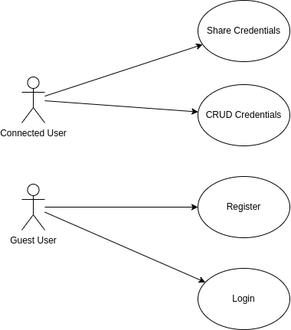
The draw.io diagram src/diagrams/use-case.drawio.png in DO-2K23-26/polypass-archi-technique, before a commit. Source tidied: cells renumbered, new cells last; positions are measured from the earlier drawing's top-left corner, leaving out a move shared by most shapes.
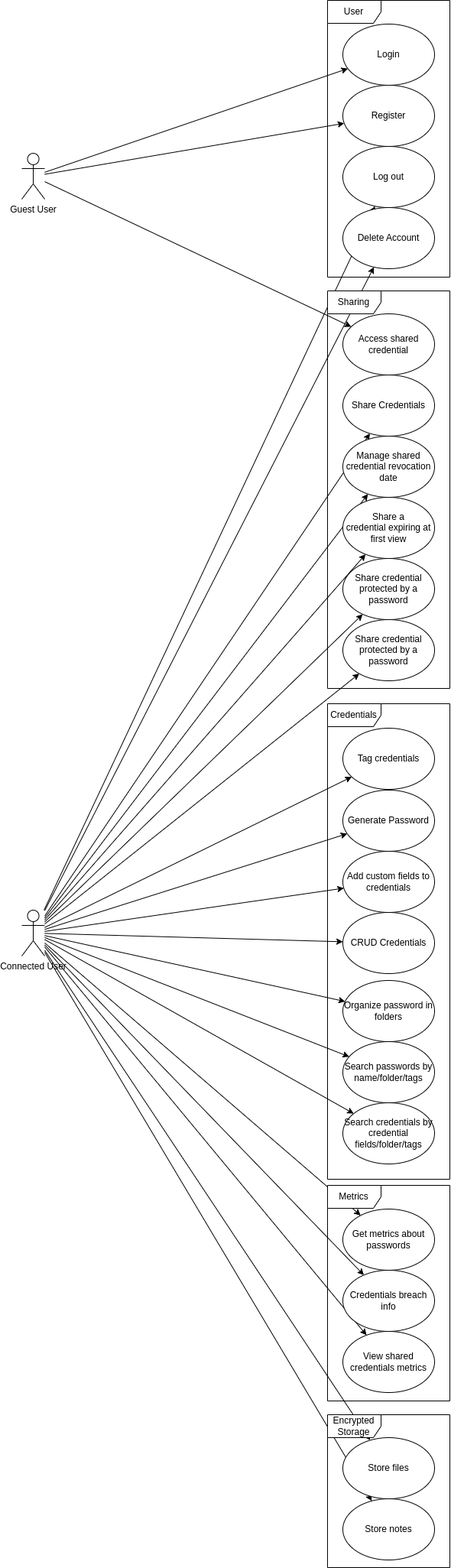
Later version of the same file.

Commit message:
feat(use-case): Refactor documented use-cases and complete use-case diagram

# Conflicts:
#	documentation.adoc

Diff of the diagram source:
```diff
@@ -6,20 +6,8 @@
       <mxGeometry y="100" width="30" height="60" as="geometry" />
     </mxCell>
     <mxCell id="3" value="Guest User" style="shape=umlActor;verticalLabelPosition=bottom;verticalAlign=top;html=1;outlineConnect=0;" parent="1" vertex="1">
-      <mxGeometry y="240" width="30" height="60" as="geometry" />
+      <mxGeometry y="-890" width="30" height="60" as="geometry" />
     </mxCell>
-    <mxCell id="4" value="Share Credentials" style="ellipse;whiteSpace=wrap;html=1;" parent="1" vertex="1">
-      <mxGeometry x="230" width="120" height="80" as="geometry" />
-    </mxCell>
-    <mxCell id="5" value="CRUD Credentials" style="ellipse;whiteSpace=wrap;html=1;" parent="1" vertex="1">
-      <mxGeometry x="230" y="110" width="120" height="80" as="geometry" />
-    </mxCell>
-    <mxCell id="6" value="Register" style="ellipse;whiteSpace=wrap;html=1;" parent="1" vertex="1">
-      <mxGeometry x="230" y="230" width="120" height="80" as="geometry" />
-    </mxCell>
-    <mxCell id="7" value="Login" style="ellipse;whiteSpace=wrap;html=1;" parent="1" vertex="1">
-      <mxGeometry x="230" y="350" width="120" height="80" as="geometry" />
-    </mxCell>
     <mxCell id="8" style="endArrow=classic;html=1;rounded=0;" parent="1" edge="1" source="3" target="6">
       <mxGeometry relative="1" as="geometry" />
     </mxCell>
@@ -32,5 +20,155 @@
     <mxCell id="11" style="endArrow=classic;html=1;rounded=0;" parent="1" edge="1" source="2" target="4">
       <mxGeometry relative="1" as="geometry" />
     </mxCell>
+    <mxCell id="12" style="endArrow=classic;html=1;rounded=0;" parent="1" edge="1" source="2" target="31">
+      <mxGeometry relative="1" as="geometry" />
+    </mxCell>
+    <mxCell id="13" style="endArrow=classic;html=1;rounded=0;" parent="1" edge="1" source="2" target="32">
+      <mxGeometry relative="1" as="geometry" />
+    </mxCell>
+    <mxCell id="14" style="endArrow=classic;html=1;rounded=0;" parent="1" edge="1" source="2" target="37">
+      <mxGeometry relative="1" as="geometry" />
+    </mxCell>
+    <mxCell id="15" style="endArrow=classic;html=1;rounded=0;" parent="1" edge="1" source="2" target="36">
+      <mxGeometry relative="1" as="geometry" />
+    </mxCell>
+    <mxCell id="16" style="endArrow=classic;html=1;rounded=0;" parent="1" edge="1" source="2" target="35">
+      <mxGeometry relative="1" as="geometry" />
+    </mxCell>
+    <mxCell id="17" style="endArrow=classic;html=1;rounded=0;" parent="1" edge="1" source="2" target="43">
+      <mxGeometry relative="1" as="geometry" />
+    </mxCell>
+    <mxCell id="18" style="endArrow=classic;html=1;rounded=0;" parent="1" edge="1" source="2" target="44">
+      <mxGeometry relative="1" as="geometry" />
+    </mxCell>
+    <mxCell id="19" style="endArrow=classic;html=1;rounded=0;" parent="1" edge="1" source="2" target="45">
+      <mxGeometry relative="1" as="geometry" />
+    </mxCell>
+    <mxCell id="20" style="endArrow=classic;html=1;rounded=0;" parent="1" edge="1" source="2" target="46">
+      <mxGeometry relative="1" as="geometry" />
+    </mxCell>
+    <mxCell id="21" style="endArrow=classic;html=1;rounded=0;" parent="1" edge="1" source="3" target="47">
+      <mxGeometry relative="1" as="geometry" />
+    </mxCell>
+    <mxCell id="22" style="endArrow=classic;html=1;rounded=0;" parent="1" edge="1" source="2" target="38">
+      <mxGeometry relative="1" as="geometry" />
+    </mxCell>
+    <mxCell id="23" style="endArrow=classic;html=1;rounded=0;" parent="1" edge="1" source="2" target="39">
+      <mxGeometry relative="1" as="geometry" />
+    </mxCell>
+    <mxCell id="24" style="endArrow=classic;html=1;rounded=0;" parent="1" edge="1" source="2" target="40">
+      <mxGeometry relative="1" as="geometry" />
+    </mxCell>
+    <mxCell id="25" style="endArrow=classic;html=1;rounded=0;" parent="1" edge="1" source="2" target="50">
+      <mxGeometry relative="1" as="geometry" />
+    </mxCell>
+    <mxCell id="26" style="endArrow=classic;html=1;rounded=0;" parent="1" edge="1" source="2" target="51">
+      <mxGeometry relative="1" as="geometry" />
+    </mxCell>
+    <mxCell id="27" style="endArrow=classic;html=1;rounded=0;" parent="1" edge="1" source="2" target="52">
+      <mxGeometry relative="1" as="geometry" />
+    </mxCell>
+    <mxCell id="28" style="endArrow=classic;html=1;rounded=0;" parent="1" edge="1" source="2" target="55">
+      <mxGeometry relative="1" as="geometry" />
+    </mxCell>
+    <mxCell id="29" style="endArrow=classic;html=1;rounded=0;" parent="1" edge="1" source="2" target="56">
+      <mxGeometry relative="1" as="geometry" />
+    </mxCell>
+    <mxCell id="30" style="group;" parent="1" vertex="1">
+      <mxGeometry x="400" y="-1090" width="160" height="362" as="geometry" />
+    </mxCell>
+    <mxCell id="6" value="Register" style="ellipse;whiteSpace=wrap;html=1;" parent="30" vertex="1">
+      <mxGeometry x="20" y="111" width="120" height="80" as="geometry" />
+    </mxCell>
+    <mxCell id="7" value="Login" style="ellipse;whiteSpace=wrap;html=1;" parent="30" vertex="1">
+      <mxGeometry x="20" y="31" width="120" height="80" as="geometry" />
+    </mxCell>
+    <mxCell id="31" value="Log out" style="ellipse;whiteSpace=wrap;html=1;" parent="30" vertex="1">
+      <mxGeometry x="20" y="191" width="120" height="80" as="geometry" />
+    </mxCell>
+    <mxCell id="32" value="Delete Account" style="ellipse;whiteSpace=wrap;html=1;" parent="30" vertex="1">
+      <mxGeometry x="20" y="271" width="120" height="80" as="geometry" />
+    </mxCell>
+    <mxCell id="33" value="User" style="shape=umlFrame;whiteSpace=wrap;html=1;width=70;height=30;" parent="30" vertex="1">
+      <mxGeometry width="160" height="362" as="geometry" />
+    </mxCell>
+    <mxCell id="34" style="group;" parent="1" vertex="1">
+      <mxGeometry x="400" y="-170" width="160" height="622" as="geometry" />
+    </mxCell>
+    <mxCell id="5" value="CRUD Credentials" style="ellipse;whiteSpace=wrap;html=1;" parent="34" vertex="1">
+      <mxGeometry x="20" y="273" width="120" height="80" as="geometry" />
+    </mxCell>
+    <mxCell id="35" value="Tag credentials" style="ellipse;whiteSpace=wrap;html=1;" parent="34" vertex="1">
+      <mxGeometry x="20" y="32" width="120" height="80" as="geometry" />
+    </mxCell>
+    <mxCell id="36" value="Generate Password" style="ellipse;whiteSpace=wrap;html=1;" parent="34" vertex="1">
+      <mxGeometry x="20" y="113" width="120" height="80" as="geometry" />
+    </mxCell>
+    <mxCell id="37" value="Add custom fields to credentials" style="ellipse;whiteSpace=wrap;html=1;" parent="34" vertex="1">
+      <mxGeometry x="20" y="193" width="120" height="80" as="geometry" />
+    </mxCell>
+    <mxCell id="38" value="Organize password in folders" style="ellipse;whiteSpace=wrap;html=1;" parent="34" vertex="1">
+      <mxGeometry x="20" y="362" width="120" height="80" as="geometry" />
+    </mxCell>
+    <mxCell id="39" value="Search passwords by name/folder/tags" style="ellipse;whiteSpace=wrap;html=1;" parent="34" vertex="1">
+      <mxGeometry x="20" y="442" width="120" height="80" as="geometry" />
+    </mxCell>
+    <mxCell id="40" value="Search credentials by credential fields/folder/tags" style="ellipse;whiteSpace=wrap;html=1;" parent="34" vertex="1">
+      <mxGeometry x="20" y="522" width="120" height="80" as="geometry" />
+    </mxCell>
+    <mxCell id="41" value="Credentials" style="shape=umlFrame;whiteSpace=wrap;html=1;width=70;height=30;" parent="34" vertex="1">
+      <mxGeometry width="160" height="622" as="geometry" />
+    </mxCell>
+    <mxCell id="42" style="group;" parent="1" vertex="1">
+      <mxGeometry x="400" y="-710" width="160" height="520" as="geometry" />
+    </mxCell>
+    <mxCell id="4" value="Share Credentials" style="ellipse;whiteSpace=wrap;html=1;" parent="42" vertex="1">
+      <mxGeometry x="20" y="110" width="120" height="80" as="geometry" />
+    </mxCell>
+    <mxCell id="43" value="Manage shared credential revocation date" style="ellipse;whiteSpace=wrap;html=1;" parent="42" vertex="1">
+      <mxGeometry x="20" y="190" width="120" height="80" as="geometry" />
+    </mxCell>
+    <mxCell id="44" value="Share a credential&lt;span style=&quot;color: rgba(0, 0, 0, 0); font-family: monospace; font-size: 0px; text-align: start; text-wrap-mode: nowrap;&quot;&gt;%3CmxGraphModel%3E%3Croot%3E%3CmxCell%20id%3D%220%22%2F%3E%3CmxCell%20id%3D%221%22%20parent%3D%220%22%2F%3E%3CmxCell%20id%3D%222%22%20value%3D%22Share%20a%20password%20expiring%20at%20first%20view%26lt%3Bspan%20style%3D%26quot%3Bcolor%3A%20rgba(0%2C%200%2C%200%2C%200)%3B%20font-family%3A%20monospace%3B%20font-size%3A%200px%3B%20text-align%3A%20start%3B%20text-wrap-mode%3A%20nowrap%3B%26quot%3B%26gt%3B%253CmxGraphModel%253E%253Croot%253E%253CmxCell%2520id%253D%25220%2522%252F%253E%253CmxCell%2520id%253D%25221%2522%2520parent%253D%25220%2522%252F%253E%253CmxCell%2520id%253D%25222%2522%2520value%253D%2522Share%2520credentials%2522%2520style%253D%2522ellipse%253BwhiteSpace%253Dwrap%253Bhtml%253D1%253B%2522%2520vertex%253D%25221%2522%2520parent%253D%25221%2522%253E%253CmxGeometry%2520x%253D%2522380%2522%2520y%253D%2522370%2522%2520width%253D%2522120%2522%2520height%253D%252280%2522%2520as%253D%2522geometry%2522%252F%253E%253C%252FmxCell%253E%253C%252Froot%253E%253C%252FmxGraphModel%253E%26lt%3B%2Fspan%26gt%3B%22%20style%3D%22ellipse%3BwhiteSpace%3Dwrap%3Bhtml%3D1%3B%22%20vertex%3D%221%22%20parent%3D%221%22%3E%3CmxGeometry%20x%3D%22400%22%20y%3D%22390%22%20width%3D%22120%22%20height%3D%2280%22%20as%3D%22geometry%22%2F%3E%3C%2FmxCell%3E%3C%2Froot%3E%3C%2FmxGraphModel%3E&lt;/span&gt;&amp;nbsp;expiring at first view&lt;span style=&quot;color: rgba(0, 0, 0, 0); font-family: monospace; font-size: 0px; text-align: start; text-wrap-mode: nowrap;&quot;&gt;%3CmxGraphModel%3E%3Croot%3E%3CmxCell%20id%3D%220%22%2F%3E%3CmxCell%20id%3D%221%22%20parent%3D%220%22%2F%3E%3CmxCell%20id%3D%222%22%20value%3D%22Share%20credentials%22%20style%3D%22ellipse%3BwhiteSpace%3Dwrap%3Bhtml%3D1%3B%22%20vertex%3D%221%22%20parent%3D%221%22%3E%3CmxGeometry%20x%3D%22380%22%20y%3D%22370%22%20width%3D%22120%22%20height%3D%2280%22%20as%3D%22geometry%22%2F%3E%3C%2FmxCell%3E%3C%2Froot%3E%3C%2FmxGraphModel%3E&lt;/span&gt;" style="ellipse;whiteSpace=wrap;html=1;" parent="42" vertex="1">
+      <mxGeometry x="20" y="270" width="120" height="80" as="geometry" />
+    </mxCell>
+    <mxCell id="45" value="Share credential protected by a password" style="ellipse;whiteSpace=wrap;html=1;" parent="42" vertex="1">
+      <mxGeometry x="20" y="350" width="120" height="80" as="geometry" />
+    </mxCell>
+    <mxCell id="46" value="Share credential protected by a password" style="ellipse;whiteSpace=wrap;html=1;" parent="42" vertex="1">
+      <mxGeometry x="20" y="430" width="120" height="80" as="geometry" />
+    </mxCell>
+    <mxCell id="47" value="Access shared credential" style="ellipse;whiteSpace=wrap;html=1;" parent="42" vertex="1">
+      <mxGeometry x="20" y="30" width="120" height="80" as="geometry" />
+    </mxCell>
+    <mxCell id="48" value="Sharing" style="shape=umlFrame;whiteSpace=wrap;html=1;width=70;height=30;" parent="42" vertex="1">
+      <mxGeometry width="160" height="520" as="geometry" />
+    </mxCell>
+    <mxCell id="49" style="group;" parent="1" vertex="1">
+      <mxGeometry x="400" y="460" width="160" height="282" as="geometry" />
+    </mxCell>
+    <mxCell id="50" value="Get metrics about passwords" style="ellipse;whiteSpace=wrap;html=1;" parent="49" vertex="1">
+      <mxGeometry x="20" y="31" width="120" height="80" as="geometry" />
+    </mxCell>
+    <mxCell id="51" value="Credentials breach info" style="ellipse;whiteSpace=wrap;html=1;" parent="49" vertex="1">
+      <mxGeometry x="20" y="111" width="120" height="80" as="geometry" />
+    </mxCell>
+    <mxCell id="52" value="View shared credentials metrics" style="ellipse;whiteSpace=wrap;html=1;" parent="49" vertex="1">
+      <mxGeometry x="20" y="191" width="120" height="80" as="geometry" />
+    </mxCell>
+    <mxCell id="53" value="Metrics" style="shape=umlFrame;whiteSpace=wrap;html=1;width=70;height=30;" parent="49" vertex="1">
+      <mxGeometry width="160" height="282" as="geometry" />
+    </mxCell>
+    <mxCell id="54" style="group;" parent="1" vertex="1">
+      <mxGeometry x="400" y="760" width="160" height="200" as="geometry" />
+    </mxCell>
+    <mxCell id="55" value="Store files" style="ellipse;whiteSpace=wrap;html=1;" parent="54" vertex="1">
+      <mxGeometry x="20" y="30" width="120" height="80" as="geometry" />
+    </mxCell>
+    <mxCell id="56" value="Store notes" style="ellipse;whiteSpace=wrap;html=1;" parent="54" vertex="1">
+      <mxGeometry x="20" y="110" width="120" height="80" as="geometry" />
+    </mxCell>
+    <mxCell id="57" value="Encrypted Storage" style="shape=umlFrame;whiteSpace=wrap;html=1;width=70;height=30;" parent="54" vertex="1">
+      <mxGeometry width="160" height="200" as="geometry" />
+    </mxCell>
   </root>
 </mxGraphModel>
```
